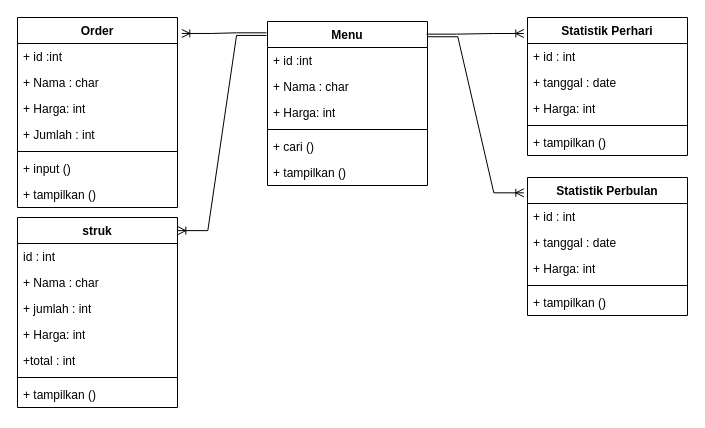
Before: Diagram-class-cashier .drawio in fjarr/cashier, a draw.io diagram. Source tidied: cells renumbered, new cells numbered last; positions are measured from the earlier drawing's top-left corner, leaving out a move shared by most shapes. Both pictures are drawn from the tidied source at 100%, with x=0, y=0 at pixel (17, 17).
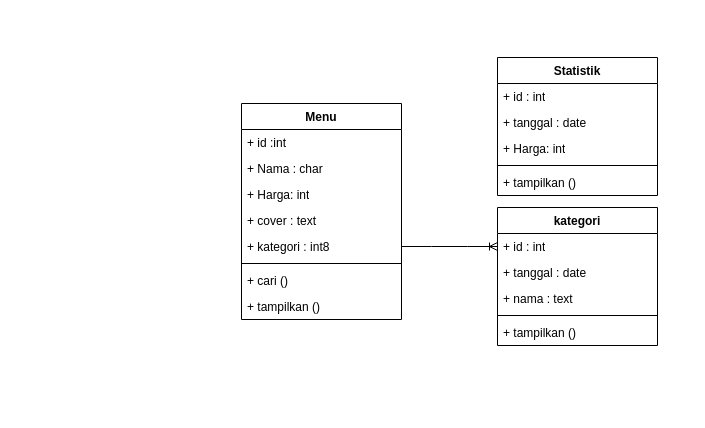
After the change.

Change to the diagram source:
```diff
@@
     <mxCell id="2" value="Menu" style="swimlane;fontStyle=1;align=center;verticalAlign=top;horizontal=1;startSize=26;whiteSpace=wrap;html=1;" parent="1" vertex="1">
-      <mxGeometry x="250" y="4" width="160" height="164" as="geometry" />
+      <mxGeometry x="224" y="86" width="160" height="216" as="geometry" />
     </mxCell>
@@
+    <mxCell id="41" value="+ cover : text" style="text;strokeColor=none;fillColor=none;align=left;verticalAlign=top;spacingLeft=4;spacingRight=4;overflow=hidden;whiteSpace=wrap;html=1;" parent="2" vertex="1">
+      <mxGeometry y="104" width="160" height="26" as="geometry" />
+    </mxCell>
+    <mxCell id="42" value="+ kategori : int8" style="text;strokeColor=none;fillColor=none;align=left;verticalAlign=top;spacingLeft=4;spacingRight=4;overflow=hidden;points=[[0,0.5],[1,0.5]];portConstraint=eastwest;whiteSpace=wrap;html=1;" parent="2" vertex="1">
+      <mxGeometry y="130" width="160" height="26" as="geometry" />
+    </mxCell>
     <mxCell id="6" style="line;strokeWidth=1;fillColor=none;align=left;verticalAlign=middle;spacingTop=-1;spacingLeft=3;spacingRight=3;labelPosition=right;strokeColor=inherit;" parent="2" vertex="1">
-      <mxGeometry y="104" width="160" height="8" as="geometry" />
+      <mxGeometry y="156" width="160" height="8" as="geometry" />
     </mxCell>
     <mxCell id="7" value="+ cari ()" style="text;strokeColor=none;fillColor=none;align=left;verticalAlign=top;spacingLeft=4;spacingRight=4;overflow=hidden;whiteSpace=wrap;html=1;" parent="2" vertex="1">
-      <mxGeometry y="112" width="160" height="26" as="geometry" />
+      <mxGeometry y="164" width="160" height="26" as="geometry" />
     </mxCell>
     <mxCell id="8" value="+ tampilkan ()" style="text;strokeColor=none;fillColor=none;align=left;verticalAlign=top;spacingLeft=4;spacingRight=4;overflow=hidden;whiteSpace=wrap;html=1;" parent="2" vertex="1">
-      <mxGeometry y="138" width="160" height="26" as="geometry" />
+      <mxGeometry y="190" width="160" height="26" as="geometry" />
     </mxCell>
-    <mxCell id="9" value="Statistik Perhari" style="swimlane;fontStyle=1;align=center;verticalAlign=top;horizontal=1;startSize=26;whiteSpace=wrap;html=1;" parent="1" vertex="1">
-      <mxGeometry x="510" width="160" height="138" as="geometry" />
+    <mxCell id="9" value="Statistik" style="swimlane;fontStyle=1;align=center;verticalAlign=top;horizontal=1;startSize=26;whiteSpace=wrap;html=1;" parent="1" vertex="1">
+      <mxGeometry x="480" y="40" width="160" height="138" as="geometry" />
     </mxCell>
@@
-    <mxCell id="15" value="Statistik Perbulan" style="swimlane;fontStyle=1;align=center;verticalAlign=top;horizontal=1;startSize=26;whiteSpace=wrap;html=1;" parent="1" vertex="1">
-      <mxGeometry x="510" y="160" width="160" height="138" as="geometry" />
-    </mxCell>
+    <mxCell id="43" value="kategori" style="swimlane;fontStyle=1;align=center;verticalAlign=top;horizontal=1;startSize=26;whiteSpace=wrap;html=1;" parent="1" vertex="1">
+      <mxGeometry x="480" y="190" width="160" height="138" as="geometry" />
+    </mxCell>
-    <mxCell id="16" value="+ id : int" style="text;strokeColor=none;fillColor=none;align=left;verticalAlign=top;spacingLeft=4;spacingRight=4;overflow=hidden;points=[[0,0.5],[1,0.5]];portConstraint=eastwest;whiteSpace=wrap;html=1;" parent="15" vertex="1">
+    <mxCell id="16" value="+ id : int" style="text;strokeColor=none;fillColor=none;align=left;verticalAlign=top;spacingLeft=4;spacingRight=4;overflow=hidden;points=[[0,0.5],[1,0.5]];portConstraint=eastwest;whiteSpace=wrap;html=1;" parent="43" vertex="1">
       <mxGeometry y="26" width="160" height="26" as="geometry" />
     </mxCell>
-    <mxCell id="17" value="+ tanggal : date" style="text;strokeColor=none;fillColor=none;align=left;verticalAlign=top;spacingLeft=4;spacingRight=4;overflow=hidden;whiteSpace=wrap;html=1;" parent="15" vertex="1">
+    <mxCell id="17" value="+ tanggal : date" style="text;strokeColor=none;fillColor=none;align=left;verticalAlign=top;spacingLeft=4;spacingRight=4;overflow=hidden;whiteSpace=wrap;html=1;" parent="43" vertex="1">
       <mxGeometry y="52" width="160" height="26" as="geometry" />
     </mxCell>
-    <mxCell id="18" value="+ Harga: int" style="text;strokeColor=none;fillColor=none;align=left;verticalAlign=top;spacingLeft=4;spacingRight=4;overflow=hidden;whiteSpace=wrap;html=1;" parent="15" vertex="1">
-      <mxGeometry y="78" width="160" height="26" as="geometry" />
-    </mxCell>
+    <mxCell id="44" value="+ nama : text" style="text;strokeColor=none;fillColor=none;align=left;verticalAlign=top;spacingLeft=4;spacingRight=4;overflow=hidden;whiteSpace=wrap;html=1;" parent="43" vertex="1">
+      <mxGeometry y="78" width="160" height="26" as="geometry" />
+    </mxCell>
-    <mxCell id="19" style="line;strokeWidth=1;fillColor=none;align=left;verticalAlign=middle;spacingTop=-1;spacingLeft=3;spacingRight=3;labelPosition=right;strokeColor=inherit;" parent="15" vertex="1">
+    <mxCell id="19" style="line;strokeWidth=1;fillColor=none;align=left;verticalAlign=middle;spacingTop=-1;spacingLeft=3;spacingRight=3;labelPosition=right;strokeColor=inherit;" parent="43" vertex="1">
       <mxGeometry y="104" width="160" height="8" as="geometry" />
     </mxCell>
-    <mxCell id="20" value="+ tampilkan ()" style="text;strokeColor=none;fillColor=none;align=left;verticalAlign=top;spacingLeft=4;spacingRight=4;overflow=hidden;whiteSpace=wrap;html=1;" parent="15" vertex="1">
+    <mxCell id="20" value="+ tampilkan ()" style="text;strokeColor=none;fillColor=none;align=left;verticalAlign=top;spacingLeft=4;spacingRight=4;overflow=hidden;whiteSpace=wrap;html=1;" parent="43" vertex="1">
       <mxGeometry y="112" width="160" height="26" as="geometry" />
     </mxCell>
-    <mxCell id="21" value="Order" style="swimlane;fontStyle=1;align=center;verticalAlign=top;horizontal=1;startSize=26;whiteSpace=wrap;html=1;" parent="1" vertex="1">
-      <mxGeometry width="160" height="190" as="geometry" />
-    </mxCell>
-    <mxCell id="22" value="+ id :int" style="text;strokeColor=none;fillColor=none;align=left;verticalAlign=top;spacingLeft=4;spacingRight=4;overflow=hidden;whiteSpace=wrap;html=1;" parent="21" vertex="1">
-      <mxGeometry y="26" width="160" height="26" as="geometry" />
-    </mxCell>
-    <mxCell id="23" value="+ Nama : char" style="text;strokeColor=none;fillColor=none;align=left;verticalAlign=top;spacingLeft=4;spacingRight=4;overflow=hidden;whiteSpace=wrap;html=1;" parent="21" vertex="1">
-      <mxGeometry y="52" width="160" height="26" as="geometry" />
-    </mxCell>
-    <mxCell id="24" value="+ Harga: int" style="text;strokeColor=none;fillColor=none;align=left;verticalAlign=top;spacingLeft=4;spacingRight=4;overflow=hidden;whiteSpace=wrap;html=1;" parent="21" vertex="1">
-      <mxGeometry y="78" width="160" height="26" as="geometry" />
-    </mxCell>
-    <mxCell id="25" value="+ Jumlah : int" style="text;strokeColor=none;fillColor=none;align=left;verticalAlign=top;spacingLeft=4;spacingRight=4;overflow=hidden;whiteSpace=wrap;html=1;" parent="21" vertex="1">
-      <mxGeometry y="104" width="160" height="26" as="geometry" />
-    </mxCell>
-    <mxCell id="26" style="line;strokeWidth=1;fillColor=none;align=left;verticalAlign=middle;spacingTop=-1;spacingLeft=3;spacingRight=3;labelPosition=right;strokeColor=inherit;" parent="21" vertex="1">
-      <mxGeometry y="130" width="160" height="8" as="geometry" />
-    </mxCell>
-    <mxCell id="27" value="+ input ()" style="text;strokeColor=none;fillColor=none;align=left;verticalAlign=top;spacingLeft=4;spacingRight=4;overflow=hidden;whiteSpace=wrap;html=1;" parent="21" vertex="1">
-      <mxGeometry y="138" width="160" height="26" as="geometry" />
-    </mxCell>
-    <mxCell id="28" value="+ tampilkan ()" style="text;strokeColor=none;fillColor=none;align=left;verticalAlign=top;spacingLeft=4;spacingRight=4;overflow=hidden;whiteSpace=wrap;html=1;" parent="21" vertex="1">
-      <mxGeometry y="164" width="160" height="26" as="geometry" />
-    </mxCell>
-    <mxCell id="29" value="struk" style="swimlane;fontStyle=1;align=center;verticalAlign=top;horizontal=1;startSize=26;whiteSpace=wrap;html=1;" parent="1" vertex="1">
-      <mxGeometry y="200" width="160" height="190" as="geometry" />
-    </mxCell>
-    <mxCell id="30" value="id : int" style="text;strokeColor=none;fillColor=none;align=left;verticalAlign=top;spacingLeft=4;spacingRight=4;overflow=hidden;whiteSpace=wrap;html=1;" parent="29" vertex="1">
-      <mxGeometry y="26" width="160" height="26" as="geometry" />
-    </mxCell>
-    <mxCell id="31" value="+ Nama : char" style="text;strokeColor=none;fillColor=none;align=left;verticalAlign=top;spacingLeft=4;spacingRight=4;overflow=hidden;whiteSpace=wrap;html=1;" parent="29" vertex="1">
-      <mxGeometry y="52" width="160" height="26" as="geometry" />
-    </mxCell>
-    <mxCell id="32" value="+ jumlah : int" style="text;strokeColor=none;fillColor=none;align=left;verticalAlign=top;spacingLeft=4;spacingRight=4;overflow=hidden;whiteSpace=wrap;html=1;" parent="29" vertex="1">
-      <mxGeometry y="78" width="160" height="26" as="geometry" />
-    </mxCell>
-    <mxCell id="33" value="+ Harga: int" style="text;strokeColor=none;fillColor=none;align=left;verticalAlign=top;spacingLeft=4;spacingRight=4;overflow=hidden;whiteSpace=wrap;html=1;" parent="29" vertex="1">
-      <mxGeometry y="104" width="160" height="26" as="geometry" />
-    </mxCell>
-    <mxCell id="34" value="+total : int" style="text;strokeColor=none;fillColor=none;align=left;verticalAlign=top;spacingLeft=4;spacingRight=4;overflow=hidden;whiteSpace=wrap;html=1;" parent="29" vertex="1">
-      <mxGeometry y="130" width="160" height="26" as="geometry" />
-    </mxCell>
-    <mxCell id="35" style="line;strokeWidth=1;fillColor=none;align=left;verticalAlign=middle;spacingTop=-1;spacingLeft=3;spacingRight=3;labelPosition=right;strokeColor=inherit;" parent="29" vertex="1">
-      <mxGeometry y="156" width="160" height="8" as="geometry" />
-    </mxCell>
-    <mxCell id="36" value="+ tampilkan ()" style="text;strokeColor=none;fillColor=none;align=left;verticalAlign=top;spacingLeft=4;spacingRight=4;overflow=hidden;whiteSpace=wrap;html=1;" parent="29" vertex="1">
-      <mxGeometry y="164" width="160" height="26" as="geometry" />
-    </mxCell>
-    <mxCell id="37" style="edgeStyle=entityRelationEdgeStyle;fontSize=12;html=1;endArrow=ERoneToMany;rounded=0;entryX=-0.023;entryY=0.116;entryDx=0;entryDy=0;entryPerimeter=0;exitX=0.994;exitY=0.077;exitDx=0;exitDy=0;exitPerimeter=0;" parent="1" edge="1" source="2" target="9">
-      <mxGeometry relative="1" as="geometry" />
-    </mxCell>
-    <mxCell id="38" style="edgeStyle=entityRelationEdgeStyle;fontSize=12;html=1;endArrow=ERoneToMany;rounded=0;entryX=1.002;entryY=0.069;entryDx=0;entryDy=0;entryPerimeter=0;exitX=-0.006;exitY=0.085;exitDx=0;exitDy=0;exitPerimeter=0;" parent="1" edge="1" source="2" target="29">
-      <mxGeometry relative="1" as="geometry" />
-    </mxCell>
-    <mxCell id="39" style="edgeStyle=entityRelationEdgeStyle;fontSize=12;html=1;endArrow=ERoneToMany;rounded=0;exitX=1.002;exitY=0.093;exitDx=0;exitDy=0;exitPerimeter=0;entryX=-0.023;entryY=0.111;entryDx=0;entryDy=0;entryPerimeter=0;" parent="1" edge="1" source="2" target="15">
-      <mxGeometry relative="1" as="geometry" />
-    </mxCell>
-    <mxCell id="40" style="edgeStyle=entityRelationEdgeStyle;fontSize=12;html=1;endArrow=ERoneToMany;rounded=0;entryX=1.027;entryY=0.084;entryDx=0;entryDy=0;exitX=-0.006;exitY=0.069;exitDx=0;exitDy=0;exitPerimeter=0;entryPerimeter=0;" parent="1" edge="1" source="2" target="21">
-      <mxGeometry relative="1" as="geometry" />
-    </mxCell>
+    <mxCell id="45" style="edgeStyle=entityRelationEdgeStyle;fontSize=12;html=1;endArrow=ERoneToMany;rounded=0;entryX=0;entryY=0.5;entryDx=0;entryDy=0;exitX=1;exitY=0.5;exitDx=0;exitDy=0;" parent="1" edge="1" source="42" target="16">
+      <mxGeometry relative="1" as="geometry" />
+    </mxCell>
```
